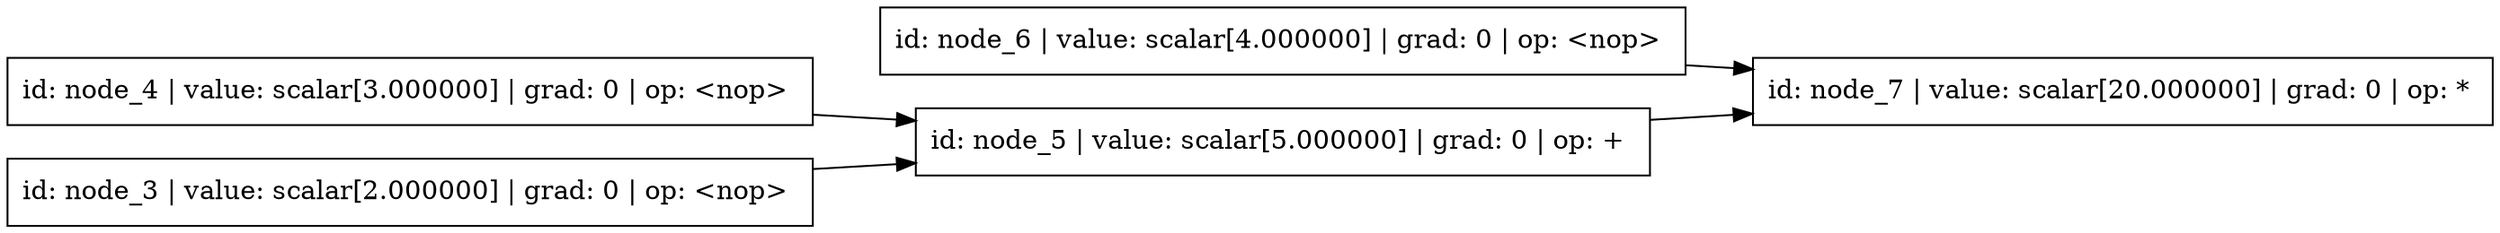
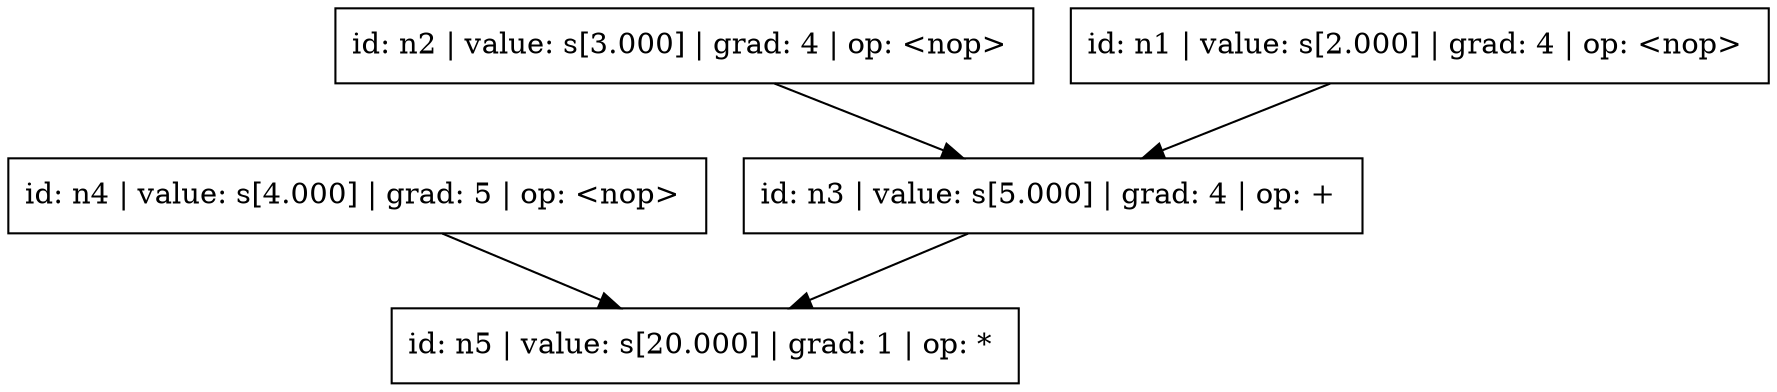
digraph ComputeGraph {
- rankdir=LR;
+ rankdir=TB;

- node_7 [label="id: node_7 | value: scalar[20.000000] | grad: 0 | op: * ", shape=box]
- node_6 [label="id: node_6 | value: scalar[4.000000] | grad: 0 | op: <nop> ", shape=box]
- node_5 [label="id: node_5 | value: scalar[5.000000] | grad: 0 | op: + ", shape=box]
- node_4 [label="id: node_4 | value: scalar[3.000000] | grad: 0 | op: <nop> ", shape=box]
- node_3 [label="id: node_3 | value: scalar[2.000000] | grad: 0 | op: <nop> ", shape=box]
- node_5 -> node_7;
- node_6 -> node_7;
- node_3 -> node_5;
- node_4 -> node_5;
+ n5 [label="id: n5 | value: s[20.000] | grad: 1 | op: * ", shape=box]
+ n4 [label="id: n4 | value: s[4.000] | grad: 5 | op: <nop> ", shape=box]
+ n3 [label="id: n3 | value: s[5.000] | grad: 4 | op: + ", shape=box]
+ n2 [label="id: n2 | value: s[3.000] | grad: 4 | op: <nop> ", shape=box]
+ n1 [label="id: n1 | value: s[2.000] | grad: 4 | op: <nop> ", shape=box]
+ n3 -> n5;
+ n4 -> n5;
+ n1 -> n3;
+ n2 -> n3;

}
